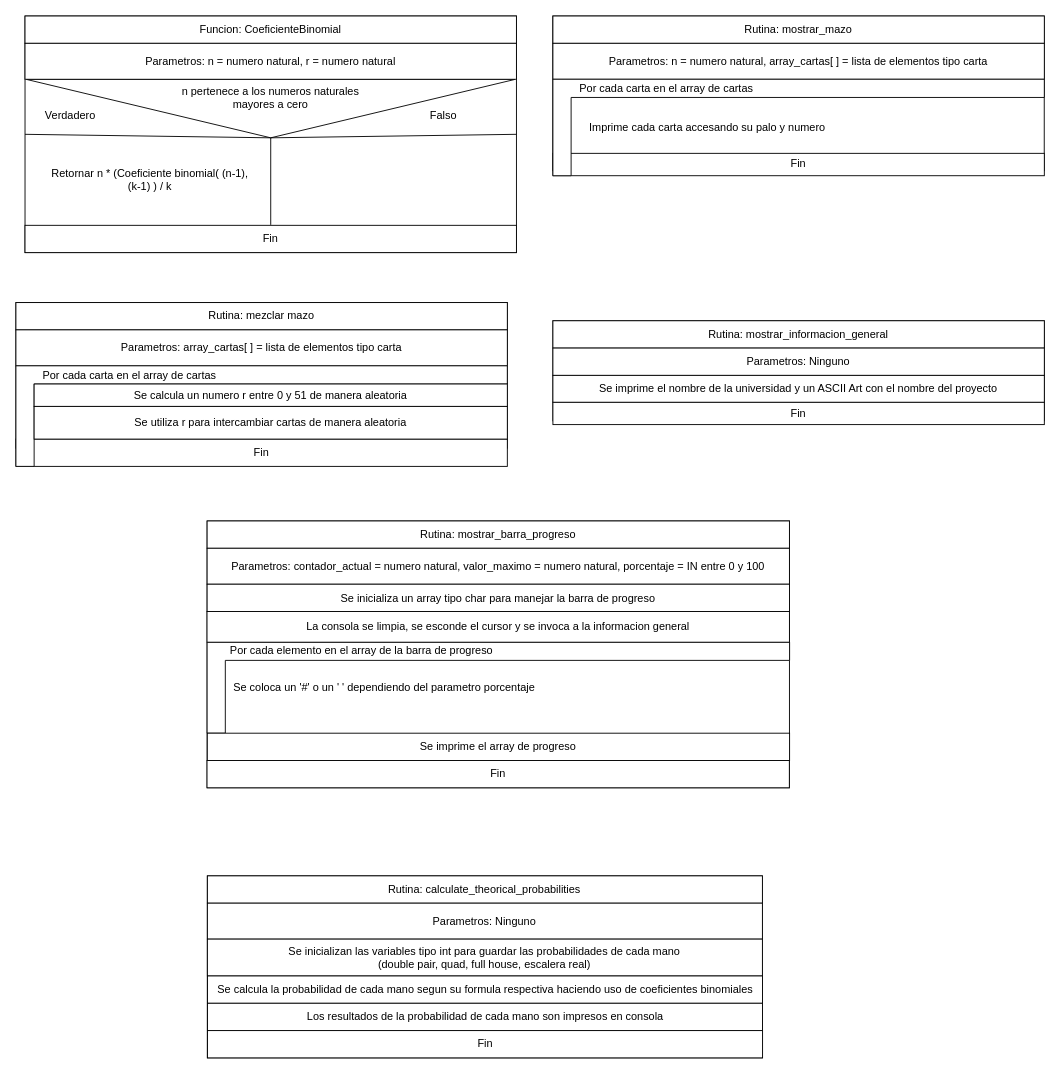
This is page "Page-1" (1 of 2) of diagramas_proyecto1.drawio from ealpizarp/poker_probabilities, a draw.io file, before an edit. Source tidied: cells renumbered, new cells numbered last; positions are measured from the earlier drawing's top-left corner, leaving out a move shared by most shapes. Both pictures are drawn from the tidied source at 91%, with x=0, y=0 at pixel (15, -136).
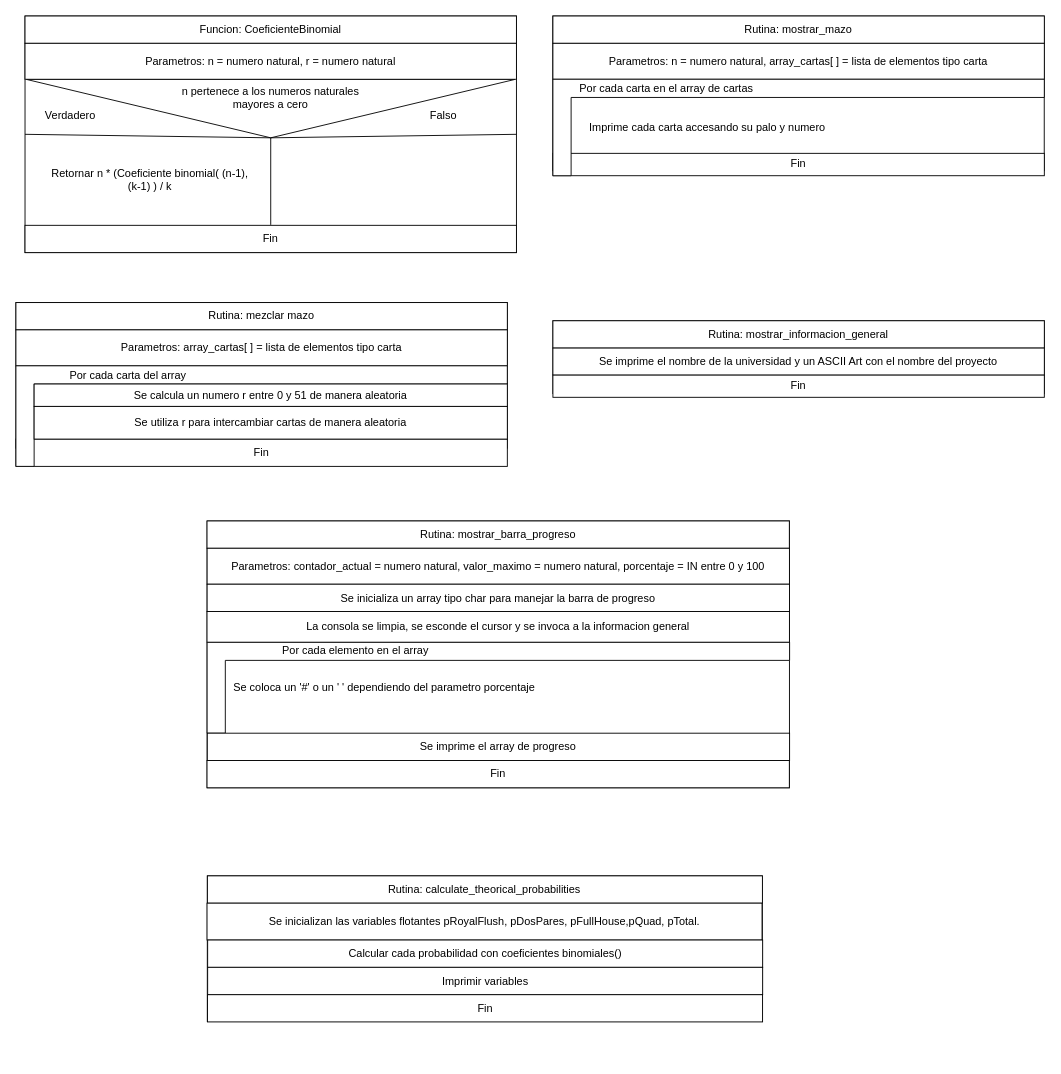
After the change.

Diff of the diagram source:
```diff
@@
-    <mxCell id="26" value="Por cada carta en el array de cartas" style="text;html=1;strokeColor=none;fillColor=none;align=center;verticalAlign=middle;whiteSpace=wrap;rounded=0;" parent="1" vertex="1">
+    <mxCell id="26" value="Por cada carta del array&amp;nbsp;" style="text;html=1;strokeColor=none;fillColor=none;align=center;verticalAlign=middle;whiteSpace=wrap;rounded=0;" parent="1" vertex="1">
       <mxGeometry y="551.5" width="250" height="20" as="geometry" />
     </mxCell>
@@
     <mxCell id="29" style="rounded=0;whiteSpace=wrap;html=1;" parent="1" vertex="1">
-      <mxGeometry x="590.1" y="502" width="540" height="110" as="geometry" />
+      <mxGeometry x="590.1" y="502" width="540" height="80" as="geometry" />
     </mxCell>
@@
     <mxCell id="31" value="Fin" style="rounded=0;whiteSpace=wrap;html=1;" parent="1" vertex="1">
-      <mxGeometry x="590.1" y="591.5" width="540" height="24.6" as="geometry" />
+      <mxGeometry x="590.1" y="561.5" width="540" height="24.6" as="geometry" />
     </mxCell>
-    <mxCell id="32" value="Parametros: Ninguno" style="rounded=0;whiteSpace=wrap;html=1;" parent="1" vertex="1">
-      <mxGeometry x="590.1" y="532" width="540" height="30" as="geometry" />
-    </mxCell>
     <mxCell id="33" value="Se imprime el nombre de la universidad y un ASCII Art con el nombre del proyecto" style="rounded=0;whiteSpace=wrap;html=1;" parent="1" vertex="1">
-      <mxGeometry x="590.1" y="562" width="540" height="29.5" as="geometry" />
+      <mxGeometry x="590.1" y="532" width="540" height="29.5" as="geometry" />
     </mxCell>
@@
     <mxCell id="35" value="Rutina: mostrar_barra_progreso" style="rounded=0;whiteSpace=wrap;html=1;" parent="1" vertex="1">
-      <mxGeometry x="210.1" y="722" width="639.9" height="30" as="geometry" />
+      <mxGeometry x="210" y="722" width="639.9" height="30" as="geometry" />
     </mxCell>
@@
-    <mxCell id="41" value="Por cada elemento en el array de la barra de progreso" style="text;html=1;strokeColor=none;fillColor=none;align=center;verticalAlign=middle;whiteSpace=wrap;rounded=0;" parent="1" vertex="1">
-      <mxGeometry x="210.1" y="855.2" width="339.9" height="20" as="geometry" />
+    <mxCell id="41" value="Por cada elemento en el array&amp;nbsp;" style="text;html=1;strokeColor=none;fillColor=none;align=center;verticalAlign=middle;whiteSpace=wrap;rounded=0;" parent="1" vertex="1">
+      <mxGeometry x="220" y="855.2" width="309.9" height="20" as="geometry" />
     </mxCell>
@@
     <mxCell id="44" style="rounded=0;whiteSpace=wrap;html=1;" parent="1" vertex="1">
-      <mxGeometry x="210.3" y="1112" width="609.9" height="200" as="geometry" />
+      <mxGeometry x="210.3" y="1112" width="609.9" height="160" as="geometry" />
     </mxCell>
@@
-    <mxCell id="46" value="Parametros: Ninguno" style="rounded=0;whiteSpace=wrap;html=1;" parent="1" vertex="1">
-      <mxGeometry x="210.4" y="1142" width="609.9" height="39.5" as="geometry" />
-    </mxCell>
     <mxCell id="47" value="Fin" style="rounded=0;whiteSpace=wrap;html=1;" parent="1" vertex="1">
-      <mxGeometry x="210.5" y="1282" width="610" height="30" as="geometry" />
+      <mxGeometry x="210.5" y="1242.5" width="610" height="30" as="geometry" />
     </mxCell>
-    <mxCell id="48" value="Se inicializan las variables tipo int para guardar las probabilidades de cada mano&lt;br&gt;(double pair, quad, full house, escalera real)" style="rounded=0;whiteSpace=wrap;html=1;" parent="1" vertex="1">
-      <mxGeometry x="210.4" y="1181.5" width="609.9" height="40.5" as="geometry" />
+    <mxCell id="48" value="Se inicializan las variables flotantes&amp;nbsp;pRoyalFlush, pDosPares, pFullHouse,pQuad, pTotal." style="rounded=0;whiteSpace=wrap;html=1;" parent="1" vertex="1">
+      <mxGeometry x="210" y="1142" width="609.9" height="40.5" as="geometry" />
     </mxCell>
-    <mxCell id="49" value="Se calcula la probabilidad de cada mano segun su formula respectiva haciendo uso de coeficientes binomiales" style="rounded=0;whiteSpace=wrap;html=1;" parent="1" vertex="1">
-      <mxGeometry x="210.5" y="1222" width="609.9" height="30" as="geometry" />
+    <mxCell id="49" value="Calcular cada probabilidad con coeficientes binomiales()" style="rounded=0;whiteSpace=wrap;html=1;" parent="1" vertex="1">
+      <mxGeometry x="210.7" y="1182.5" width="609.9" height="30" as="geometry" />
     </mxCell>
-    <mxCell id="50" value="Los resultados de la probabilidad de cada mano son impresos en consola" style="rounded=0;whiteSpace=wrap;html=1;" parent="1" vertex="1">
-      <mxGeometry x="210.5" y="1252" width="609.9" height="30" as="geometry" />
+    <mxCell id="50" value="Imprimir variables" style="rounded=0;whiteSpace=wrap;html=1;" parent="1" vertex="1">
+      <mxGeometry x="210.7" y="1212.5" width="609.9" height="30" as="geometry" />
     </mxCell>
```
